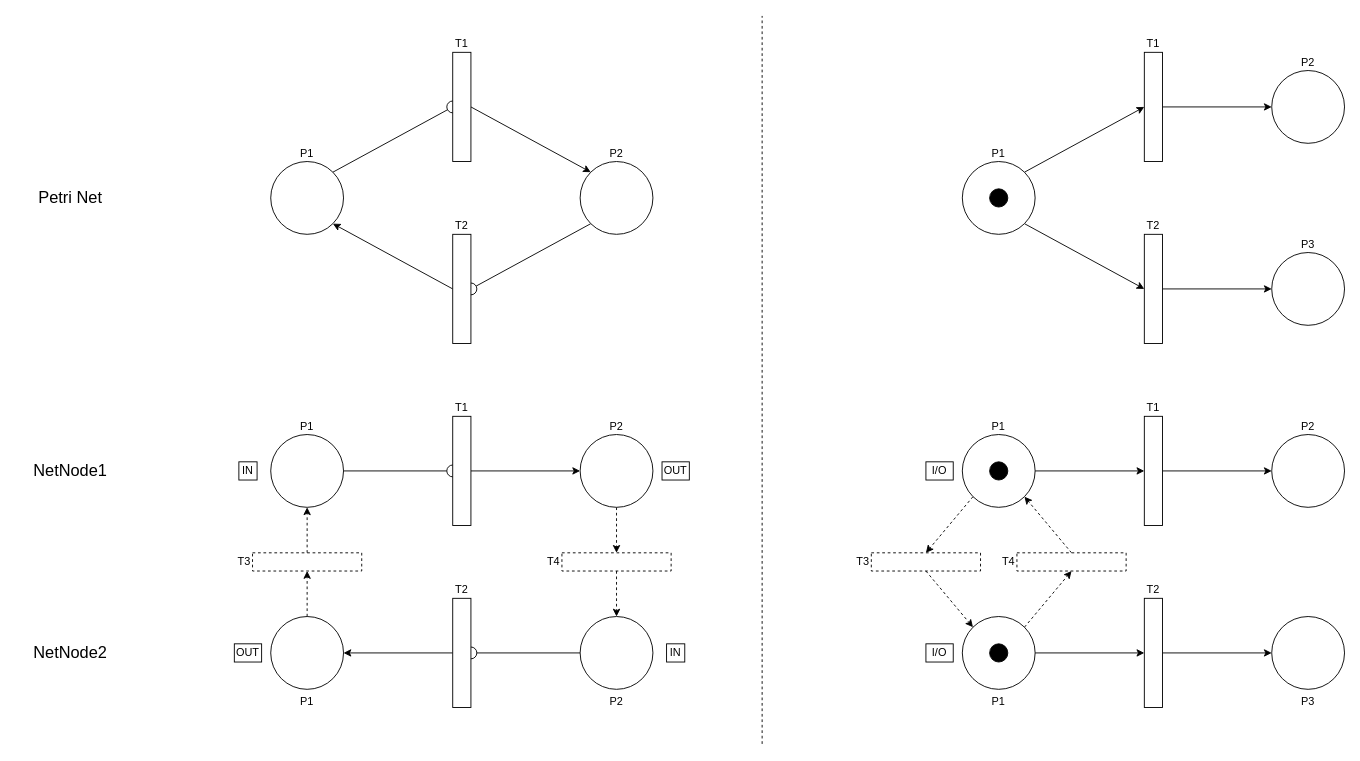
Before: page "Indeterminacy" (1 of 4) of ontologies/Synchronisation-Diagram.drawio in valooford/OntoNet-CPN, a draw.io diagram. Source tidied: cells renumbered, new cells numbered last; positions are measured from the earlier drawing's top-left corner, leaving out a move shared by most shapes. Both pictures are drawn from the tidied source at 91%, with x=0, y=0 at pixel (15, 15).
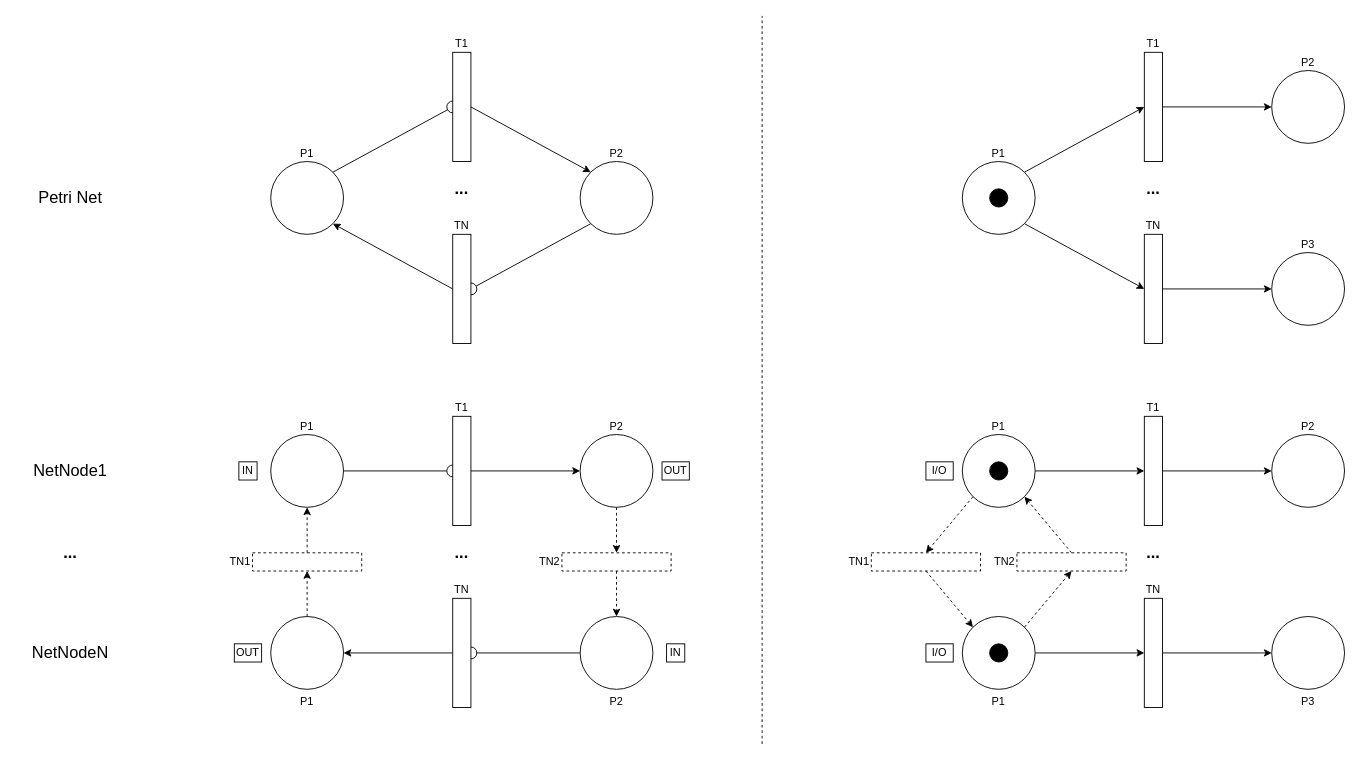
The same page after the edit.

The edit, as a diff of the source:
```diff
@@
-    <mxCell id="9" value="T2" style="rounded=0;whiteSpace=wrap;html=1;labelPosition=center;verticalLabelPosition=top;align=center;verticalAlign=bottom;" parent="1" vertex="1">
+    <mxCell id="9" value="TN" style="rounded=0;whiteSpace=wrap;html=1;labelPosition=center;verticalLabelPosition=top;align=center;verticalAlign=bottom;" parent="1" vertex="1">
       <mxGeometry x="480" y="240" width="20" height="120" as="geometry" />
     </mxCell>
@@
-    <mxCell id="21" value="T2" style="rounded=0;whiteSpace=wrap;html=1;labelPosition=center;verticalLabelPosition=top;align=center;verticalAlign=bottom;" parent="1" vertex="1">
+    <mxCell id="21" value="TN" style="rounded=0;whiteSpace=wrap;html=1;labelPosition=center;verticalLabelPosition=top;align=center;verticalAlign=bottom;" parent="1" vertex="1">
       <mxGeometry x="480" y="640" width="20" height="120" as="geometry" />
     </mxCell>
@@
-    <mxCell id="27" value="NetNode2" style="text;html=1;align=center;verticalAlign=middle;whiteSpace=wrap;rounded=0;fontSize=18;" parent="1" vertex="1">
+    <mxCell id="27" value="NetNodeN" style="text;html=1;align=center;verticalAlign=middle;whiteSpace=wrap;rounded=0;fontSize=18;" parent="1" vertex="1">
       <mxGeometry y="690" width="120" height="20" as="geometry" />
     </mxCell>
@@
-    <mxCell id="35" value="T2" style="rounded=0;whiteSpace=wrap;html=1;labelPosition=center;verticalLabelPosition=top;align=center;verticalAlign=bottom;" parent="1" vertex="1">
+    <mxCell id="35" value="TN" style="rounded=0;whiteSpace=wrap;html=1;labelPosition=center;verticalLabelPosition=top;align=center;verticalAlign=bottom;" parent="1" vertex="1">
       <mxGeometry x="1240" y="240" width="20" height="120" as="geometry" />
     </mxCell>
@@
-    <mxCell id="48" value="T2" style="rounded=0;whiteSpace=wrap;html=1;labelPosition=center;verticalLabelPosition=top;align=center;verticalAlign=bottom;" parent="1" vertex="1">
+    <mxCell id="48" value="TN" style="rounded=0;whiteSpace=wrap;html=1;labelPosition=center;verticalLabelPosition=top;align=center;verticalAlign=bottom;" parent="1" vertex="1">
       <mxGeometry x="1240" y="640" width="20" height="120" as="geometry" />
     </mxCell>
@@
-    <mxCell id="55" value="T3" style="rounded=0;whiteSpace=wrap;html=1;labelPosition=left;verticalLabelPosition=middle;align=right;verticalAlign=middle;dashed=1;" parent="1" vertex="1">
+    <mxCell id="55" value="TN1" style="rounded=0;whiteSpace=wrap;html=1;labelPosition=left;verticalLabelPosition=middle;align=right;verticalAlign=middle;dashed=1;" parent="1" vertex="1">
       <mxGeometry x="260" y="590" width="120" height="20" as="geometry" />
     </mxCell>
@@
-    <mxCell id="57" value="T4" style="rounded=0;whiteSpace=wrap;html=1;labelPosition=left;verticalLabelPosition=middle;align=right;verticalAlign=middle;dashed=1;" parent="1" vertex="1">
+    <mxCell id="57" value="TN2" style="rounded=0;whiteSpace=wrap;html=1;labelPosition=left;verticalLabelPosition=middle;align=right;verticalAlign=middle;dashed=1;" parent="1" vertex="1">
       <mxGeometry x="600" y="590" width="120" height="20" as="geometry" />
     </mxCell>
@@
-    <mxCell id="60" value="T3" style="rounded=0;whiteSpace=wrap;html=1;labelPosition=left;verticalLabelPosition=middle;align=right;verticalAlign=middle;dashed=1;" parent="1" vertex="1">
+    <mxCell id="60" value="TN1" style="rounded=0;whiteSpace=wrap;html=1;labelPosition=left;verticalLabelPosition=middle;align=right;verticalAlign=middle;dashed=1;" parent="1" vertex="1">
       <mxGeometry x="940" y="590" width="120" height="20" as="geometry" />
     </mxCell>
@@
-    <mxCell id="63" value="T4" style="rounded=0;whiteSpace=wrap;html=1;labelPosition=left;verticalLabelPosition=middle;align=right;verticalAlign=middle;dashed=1;" parent="1" vertex="1">
+    <mxCell id="63" value="TN2" style="rounded=0;whiteSpace=wrap;html=1;labelPosition=left;verticalLabelPosition=middle;align=right;verticalAlign=middle;dashed=1;" parent="1" vertex="1">
       <mxGeometry x="1100" y="590" width="120" height="20" as="geometry" />
     </mxCell>
+    <mxCell id="64" value="..." style="text;html=1;align=center;verticalAlign=middle;whiteSpace=wrap;rounded=0;fontSize=18;fontStyle=1;" parent="1" vertex="1">
+      <mxGeometry x="480" y="180" width="20" height="20" as="geometry" />
+    </mxCell>
+    <mxCell id="65" value="..." style="text;html=1;align=center;verticalAlign=middle;whiteSpace=wrap;rounded=0;fontSize=18;fontStyle=1;" parent="1" vertex="1">
+      <mxGeometry x="480" y="580" width="20" height="20" as="geometry" />
+    </mxCell>
+    <mxCell id="66" value="..." style="text;html=1;align=center;verticalAlign=middle;whiteSpace=wrap;rounded=0;fontSize=18;fontStyle=1;" parent="1" vertex="1">
+      <mxGeometry x="1240" y="180" width="20" height="20" as="geometry" />
+    </mxCell>
+    <mxCell id="67" value="..." style="text;html=1;align=center;verticalAlign=middle;whiteSpace=wrap;rounded=0;fontSize=18;fontStyle=1;" parent="1" vertex="1">
+      <mxGeometry x="1240" y="580" width="20" height="20" as="geometry" />
+    </mxCell>
+    <mxCell id="68" value="&lt;b&gt;...&lt;/b&gt;" style="text;html=1;align=center;verticalAlign=middle;whiteSpace=wrap;rounded=0;fontSize=18;" parent="1" vertex="1">
+      <mxGeometry y="580" width="120" height="20" as="geometry" />
+    </mxCell>
```
